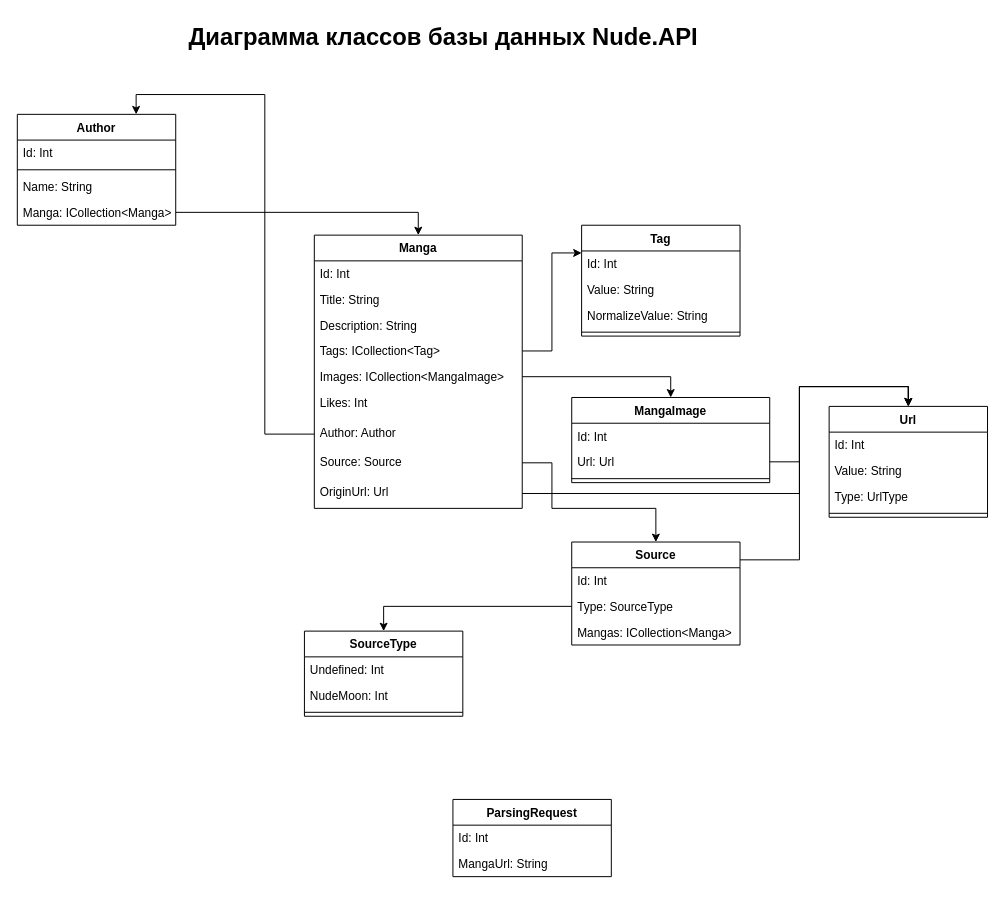
Earlier version of the draw.io diagram etc/Nude.API.Database.drawio (Sparrow1488/Nude). Source tidied: cells renumbered, new cells numbered last; positions are measured from the earlier drawing's top-left corner, leaving out a move shared by most shapes. Both pictures are drawn from the tidied source at 99%, with x=0, y=0 at pixel (17, 17).
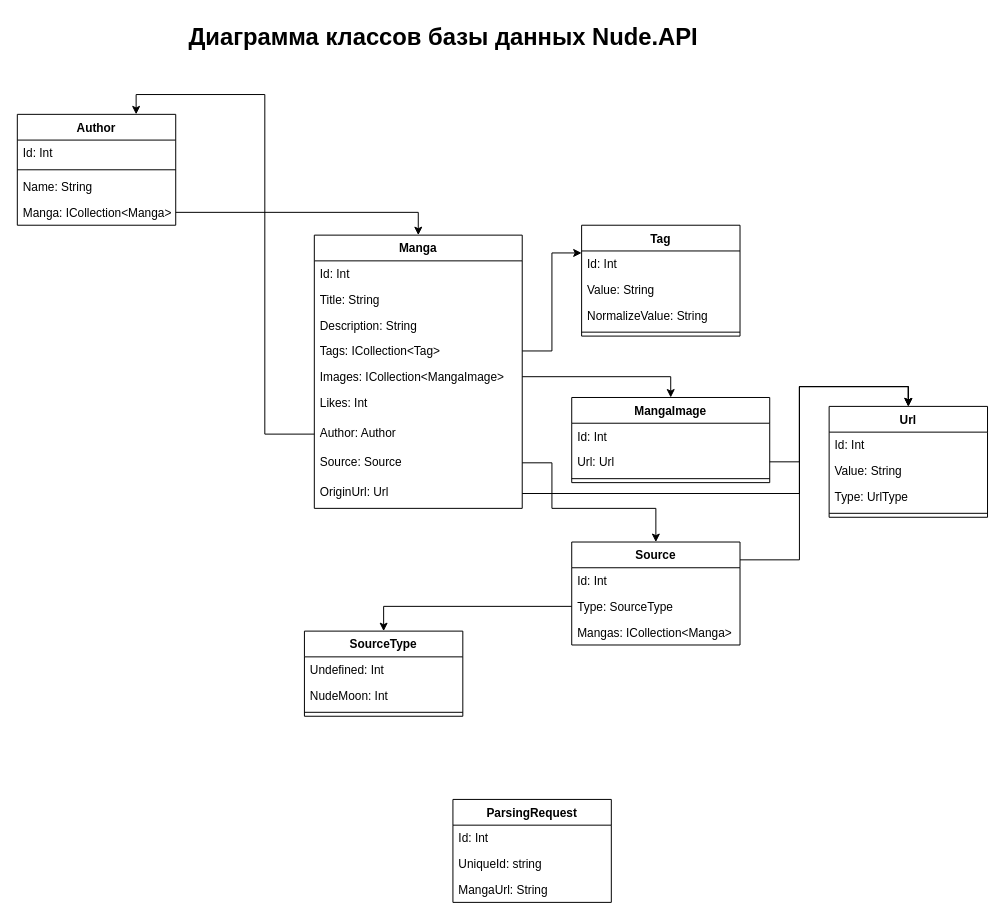
The same page after the edit.

The edit, as a diff of the source:
```diff
@@
     <mxCell id="49" value="ParsingRequest" style="swimlane;fontStyle=1;align=center;verticalAlign=top;horizontal=1;startSize=26;" parent="1" vertex="1">
-      <mxGeometry x="440" y="790" width="160" height="78" as="geometry" />
+      <mxGeometry x="440" y="790" width="160" height="104" as="geometry" />
     </mxCell>
@@
+    <mxCell id="52" value="UniqueId: string" style="text;strokeColor=none;fillColor=none;align=left;verticalAlign=top;spacingLeft=4;spacingRight=4;overflow=hidden;" parent="49" vertex="1">
+      <mxGeometry y="52" width="160" height="26" as="geometry" />
+    </mxCell>
     <mxCell id="51" value="MangaUrl: String" style="text;strokeColor=none;fillColor=none;align=left;verticalAlign=top;spacingLeft=4;spacingRight=4;overflow=hidden;" parent="49" vertex="1">
-      <mxGeometry y="52" width="160" height="26" as="geometry" />
+      <mxGeometry y="78" width="160" height="26" as="geometry" />
     </mxCell>
```
